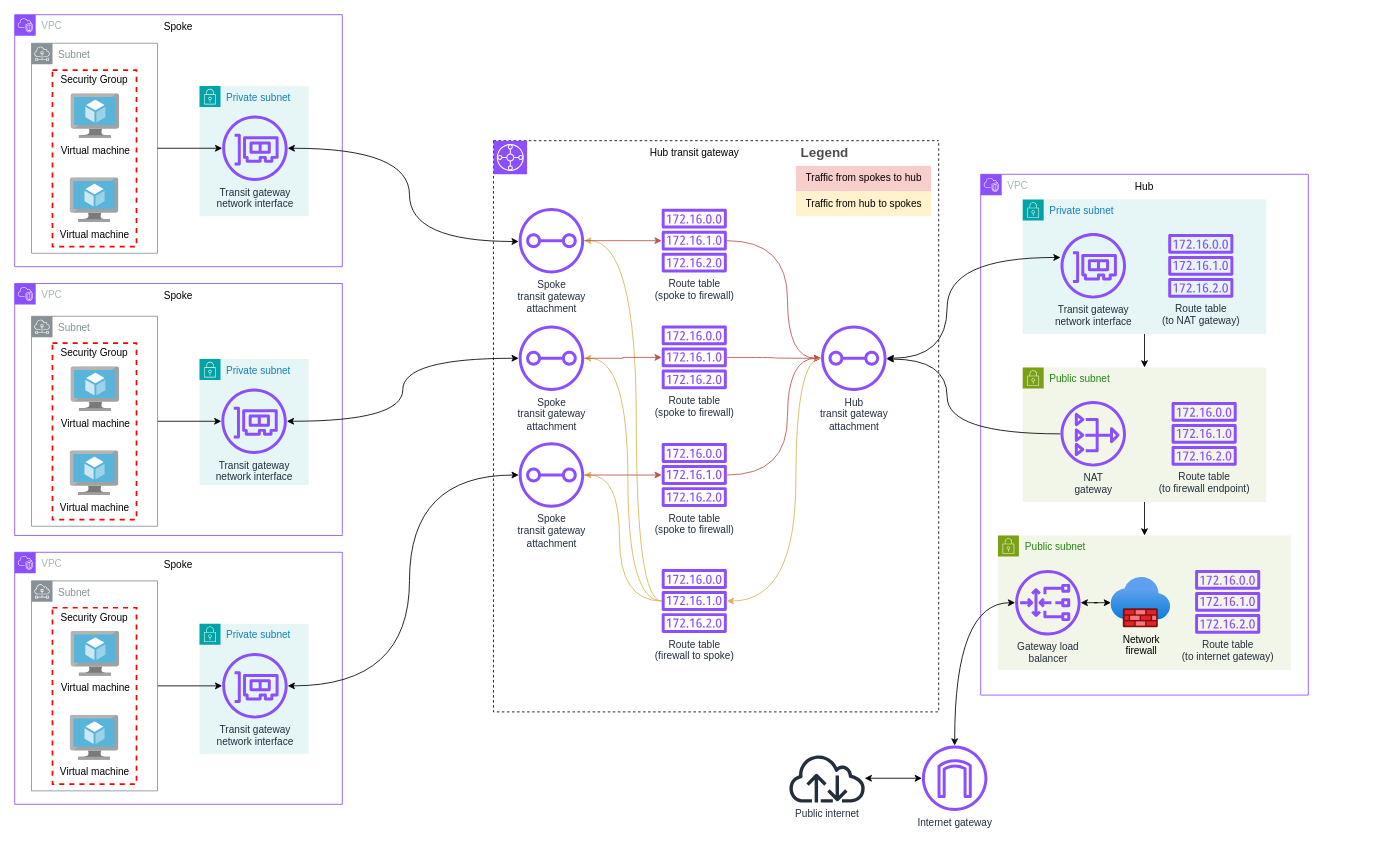
This is assets/images/portfolio/hubandspoke/raw/hub-and-spoke-overview.drawio from gmarti-web/gmarti-web.github.io, a draw.io file, before an edit. Source tidied: cells renumbered, new cells numbered last; positions are measured from the earlier drawing's top-left corner, leaving out a move shared by most shapes. Both pictures are drawn from the tidied source at 84%, with x=0, y=0 at pixel (14, 14).
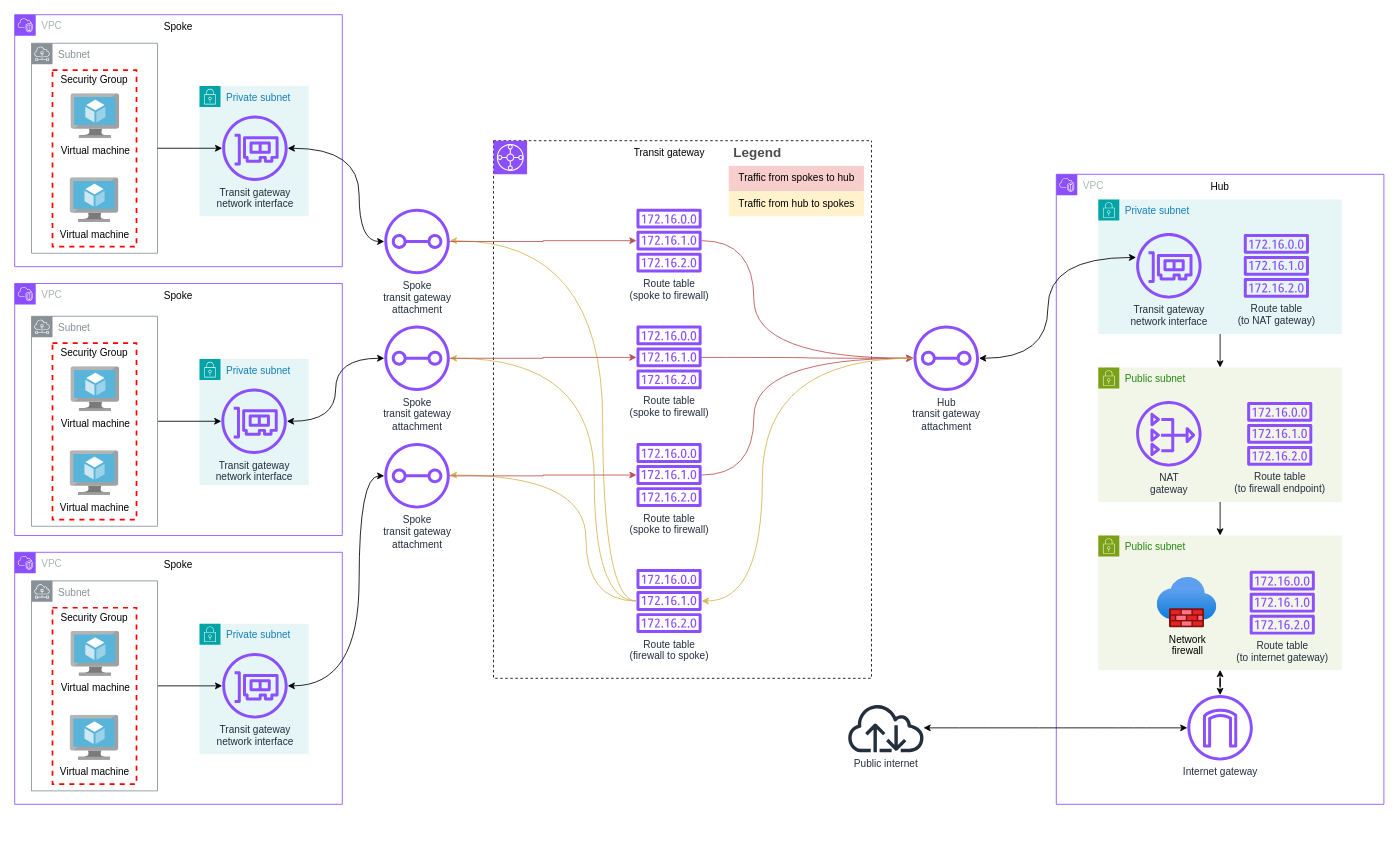
After the change.

The change refers to these unchanged cells:
```xml
<mxCell id="9" value="&lt;div&gt;Transit gateway&lt;/div&gt;&lt;div&gt;network interface&lt;/div&gt;" style="sketch=0;outlineConnect=0;fontColor=#232F3E;gradientColor=none;fillColor=#8C4FFF;strokeColor=none;dashed=0;verticalLabelPosition=bottom;verticalAlign=top;align=center;html=1;fontSize=12;fontStyle=0;shape=mxgraph.aws4.elastic_network_interface;" parent="8" vertex="1">
  <mxGeometry x="27" y="35" width="78" height="78" as="geometry" />
</mxCell>
<mxCell id="23" value="&lt;div&gt;Transit gateway&lt;/div&gt;&lt;div&gt;network interface&lt;/div&gt;" style="sketch=0;outlineConnect=0;fontColor=#232F3E;gradientColor=none;fillColor=#8C4FFF;strokeColor=none;dashed=0;verticalLabelPosition=bottom;verticalAlign=top;align=center;html=1;fontSize=12;fontStyle=0;shape=mxgraph.aws4.elastic_network_interface;" parent="22" vertex="1">
  <mxGeometry x="27" y="35" width="78" height="78" as="geometry" />
</mxCell>
<mxCell id="62" value="&lt;div&gt;Transit gateway&lt;/div&gt;&lt;div&gt;network interface&lt;/div&gt;" style="sketch=0;outlineConnect=0;fontColor=#232F3E;gradientColor=none;fillColor=#8C4FFF;strokeColor=none;dashed=0;verticalLabelPosition=bottom;verticalAlign=top;align=center;html=1;fontSize=12;fontStyle=0;shape=mxgraph.aws4.elastic_network_interface;" parent="60" vertex="1">
  <mxGeometry x="45" y="40" width="78" height="78" as="geometry" />
</mxCell>
<mxCell id="65" value="&lt;div&gt;NAT&lt;/div&gt;&lt;div&gt;gateway&lt;/div&gt;" style="sketch=0;outlineConnect=0;fontColor=#232F3E;gradientColor=none;fillColor=#8C4FFF;strokeColor=none;dashed=0;verticalLabelPosition=bottom;verticalAlign=top;align=center;html=1;fontSize=12;fontStyle=0;shape=mxgraph.aws4.nat_gateway;" parent="64" vertex="1">
  <mxGeometry x="45" y="40" width="78" height="78" as="geometry" />
</mxCell>
```

Change to the diagram source:
```diff
@@
     <mxCell id="29" style="edgeStyle=orthogonalEdgeStyle;rounded=0;jettySize=auto;html=1;curved=1;startArrow=classic;startFill=1;" parent="1" edge="1" source="9" target="45">
       <mxGeometry relative="1" as="geometry">
         <Array as="points">
-          <mxPoint x="470" y="159" />
-          <mxPoint x="470" y="270" />
+          <mxPoint x="410" y="159" />
+          <mxPoint x="410" y="270" />
         </Array>
       </mxGeometry>
     </mxCell>
@@
     <mxCell id="31" style="edgeStyle=orthogonalEdgeStyle;rounded=0;jettySize=auto;html=1;curved=1;startArrow=classic;startFill=1;" parent="1" edge="1" source="23" target="49">
       <mxGeometry relative="1" as="geometry">
         <Array as="points">
-          <mxPoint x="470" y="799" />
-          <mxPoint x="470" y="548" />
+          <mxPoint x="410" y="799" />
+          <mxPoint x="410" y="549" />
         </Array>
       </mxGeometry>
     </mxCell>
     <mxCell id="32" style="swimlane;startSize=0;dashed=1;" parent="1" vertex="1">
-      <mxGeometry x="570" y="150" width="530" height="680" as="geometry" />
+      <mxGeometry x="570" y="150" width="450" height="640" as="geometry" />
     </mxCell>
@@
-    <mxCell id="34" style="edgeStyle=orthogonalEdgeStyle;rounded=0;jettySize=auto;html=1;curved=1;fillColor=#fff2cc;strokeColor=#d6b656;" parent="32" edge="1" source="37" target="49">
-      <mxGeometry relative="1" as="geometry">
-        <Array as="points">
-          <mxPoint x="150" y="548" />
-          <mxPoint x="150" y="398" />
-        </Array>
-      </mxGeometry>
-    </mxCell>
-    <mxCell id="35" style="edgeStyle=orthogonalEdgeStyle;rounded=0;jettySize=auto;html=1;curved=1;fillColor=#fff2cc;strokeColor=#d6b656;" parent="32" edge="1" source="37" target="47">
-      <mxGeometry relative="1" as="geometry">
-        <Array as="points">
-          <mxPoint x="160" y="548" />
-          <mxPoint x="160" y="259" />
-        </Array>
-      </mxGeometry>
-    </mxCell>
-    <mxCell id="36" style="edgeStyle=orthogonalEdgeStyle;rounded=0;jettySize=auto;html=1;curved=1;fillColor=#fff2cc;strokeColor=#d6b656;" parent="32" edge="1" source="37" target="45">
-      <mxGeometry relative="1" as="geometry">
-        <Array as="points">
-          <mxPoint x="170" y="548" />
-          <mxPoint x="170" y="119" />
-        </Array>
-      </mxGeometry>
-    </mxCell>
     <mxCell id="37" value="&lt;div&gt;Route table&lt;/div&gt;&lt;div&gt;(firewall to spoke)&lt;/div&gt;" style="sketch=0;outlineConnect=0;fontColor=#232F3E;gradientColor=none;fillColor=#8C4FFF;strokeColor=none;dashed=0;verticalLabelPosition=bottom;verticalAlign=top;align=center;html=1;fontSize=12;fontStyle=0;shape=mxgraph.aws4.route_table;" parent="32" vertex="1">
-      <mxGeometry x="200" y="510" width="78" height="76" as="geometry" />
+      <mxGeometry x="170" y="510" width="78" height="76" as="geometry" />
     </mxCell>
-    <mxCell id="38" style="edgeStyle=orthogonalEdgeStyle;rounded=0;jettySize=auto;html=1;curved=1;strokeColor=#b85450;fillColor=#f8cecc;" parent="32" edge="1" source="39" target="51">
-      <mxGeometry relative="1" as="geometry">
-        <Array as="points">
-          <mxPoint x="350" y="119" />
-          <mxPoint x="350" y="259" />
-        </Array>
-      </mxGeometry>
-    </mxCell>
     <mxCell id="39" value="&lt;div&gt;Route table&lt;/div&gt;&lt;div&gt;(spoke to firewall)&lt;/div&gt;" style="sketch=0;outlineConnect=0;fontColor=#232F3E;gradientColor=none;fillColor=#8C4FFF;strokeColor=none;dashed=0;verticalLabelPosition=bottom;verticalAlign=top;align=center;html=1;fontSize=12;fontStyle=0;shape=mxgraph.aws4.route_table;" parent="32" vertex="1">
-      <mxGeometry x="200" y="81" width="78" height="76" as="geometry" />
+      <mxGeometry x="170" y="81" width="78" height="76" as="geometry" />
     </mxCell>
-    <mxCell id="40" style="edgeStyle=orthogonalEdgeStyle;rounded=0;jettySize=auto;html=1;curved=1;fillColor=#f8cecc;strokeColor=#b85450;" parent="32" edge="1" source="41" target="51">
-      <mxGeometry relative="1" as="geometry">
-        <Array as="points">
-          <mxPoint x="350" y="398" />
-          <mxPoint x="350" y="259" />
-        </Array>
-      </mxGeometry>
-    </mxCell>
     <mxCell id="41" value="&lt;div&gt;Route table&lt;/div&gt;&lt;div&gt;(spoke to firewall)&lt;/div&gt;" style="sketch=0;outlineConnect=0;fontColor=#232F3E;gradientColor=none;fillColor=#8C4FFF;strokeColor=none;dashed=0;verticalLabelPosition=bottom;verticalAlign=top;align=center;html=1;fontSize=12;fontStyle=0;shape=mxgraph.aws4.route_table;" parent="32" vertex="1">
-      <mxGeometry x="200" y="360" width="78" height="76" as="geometry" />
+      <mxGeometry x="170" y="360" width="78" height="76" as="geometry" />
     </mxCell>
-    <mxCell id="42" style="edgeStyle=orthogonalEdgeStyle;rounded=0;jettySize=auto;html=1;curved=1;fillColor=#f8cecc;strokeColor=#b85450;" parent="32" edge="1" source="43" target="51">
-      <mxGeometry relative="1" as="geometry" />
-    </mxCell>
     <mxCell id="43" value="&lt;div&gt;Route table&lt;/div&gt;&lt;div&gt;(spoke to firewall)&lt;/div&gt;" style="sketch=0;outlineConnect=0;fontColor=#232F3E;gradientColor=none;fillColor=#8C4FFF;strokeColor=none;dashed=0;verticalLabelPosition=bottom;verticalAlign=top;align=center;html=1;fontSize=12;fontStyle=0;shape=mxgraph.aws4.route_table;" parent="32" vertex="1">
-      <mxGeometry x="200" y="220" width="78" height="76" as="geometry" />
+      <mxGeometry x="170" y="220" width="78" height="76" as="geometry" />
     </mxCell>
-    <mxCell id="44" style="edgeStyle=orthogonalEdgeStyle;rounded=0;jettySize=auto;html=1;fontColor=#EA6B66;strokeColor=#b85450;fillColor=#f8cecc;" parent="32" edge="1" source="45" target="39">
-      <mxGeometry relative="1" as="geometry" />
-    </mxCell>
-    <mxCell id="45" value="&lt;div&gt;Spoke&lt;/div&gt;&lt;div&gt;transit gateway&lt;/div&gt;&lt;div&gt;attachment&lt;/div&gt;" style="sketch=0;outlineConnect=0;fontColor=#232F3E;gradientColor=none;fillColor=#8C4FFF;strokeColor=none;dashed=0;verticalLabelPosition=bottom;verticalAlign=top;align=center;html=1;fontSize=12;fontStyle=0;shape=mxgraph.aws4.transit_gateway_attachment;" parent="32" vertex="1">
-      <mxGeometry x="30" y="80" width="78" height="78" as="geometry" />
-    </mxCell>
-    <mxCell id="46" style="edgeStyle=orthogonalEdgeStyle;rounded=0;jettySize=auto;html=1;strokeColor=#b85450;fillColor=#f8cecc;" parent="32" edge="1" source="47" target="43">
-      <mxGeometry relative="1" as="geometry" />
-    </mxCell>
-    <mxCell id="47" value="&lt;div&gt;Spoke&lt;/div&gt;&lt;div&gt;transit gateway&lt;/div&gt;&lt;div&gt;attachment&lt;/div&gt;" style="sketch=0;outlineConnect=0;fontColor=#232F3E;gradientColor=none;fillColor=#8C4FFF;strokeColor=none;dashed=0;verticalLabelPosition=bottom;verticalAlign=top;align=center;html=1;fontSize=12;fontStyle=0;shape=mxgraph.aws4.transit_gateway_attachment;" parent="32" vertex="1">
-      <mxGeometry x="30" y="220" width="78" height="78" as="geometry" />
-    </mxCell>
-    <mxCell id="48" style="edgeStyle=orthogonalEdgeStyle;rounded=0;jettySize=auto;html=1;fillColor=#f8cecc;strokeColor=#b85450;" parent="32" edge="1" source="49" target="41">
-      <mxGeometry relative="1" as="geometry" />
-    </mxCell>
-    <mxCell id="49" value="&lt;div&gt;Spoke&lt;/div&gt;&lt;div&gt;transit gateway&lt;/div&gt;&lt;div&gt;attachment&lt;/div&gt;" style="sketch=0;outlineConnect=0;fontColor=#232F3E;gradientColor=none;fillColor=#8C4FFF;strokeColor=none;dashed=0;verticalLabelPosition=bottom;verticalAlign=top;align=center;html=1;fontSize=12;fontStyle=0;shape=mxgraph.aws4.transit_gateway_attachment;" parent="32" vertex="1">
-      <mxGeometry x="30" y="359" width="78" height="78" as="geometry" />
-    </mxCell>
-    <mxCell id="50" style="edgeStyle=orthogonalEdgeStyle;rounded=0;jettySize=auto;html=1;curved=1;fillColor=#fff2cc;strokeColor=#d6b656;" parent="32" edge="1" source="51" target="37">
-      <mxGeometry relative="1" as="geometry">
-        <Array as="points">
-          <mxPoint x="360" y="259" />
-          <mxPoint x="360" y="548" />
-        </Array>
-      </mxGeometry>
-    </mxCell>
-    <mxCell id="51" value="&lt;div&gt;Hub&lt;/div&gt;&lt;div&gt;transit gateway&lt;/div&gt;&lt;div&gt;attachment&lt;/div&gt;" style="sketch=0;outlineConnect=0;fontColor=#232F3E;gradientColor=none;fillColor=#8C4FFF;strokeColor=none;dashed=0;verticalLabelPosition=bottom;verticalAlign=top;align=center;html=1;fontSize=12;fontStyle=0;shape=mxgraph.aws4.transit_gateway_attachment;" parent="32" vertex="1">
-      <mxGeometry x="390" y="220" width="78" height="78" as="geometry" />
-    </mxCell>
-    <mxCell id="52" value="Hub transit gateway" style="text;html=1;align=center;verticalAlign=middle;strokeColor=none;fillColor=none;" parent="32" vertex="1">
-      <mxGeometry x="174" width="130" height="30" as="geometry" />
+    <mxCell id="52" value="Transit gateway" style="text;html=1;align=center;verticalAlign=middle;strokeColor=none;fillColor=none;" parent="32" vertex="1">
+      <mxGeometry x="154" width="110" height="30" as="geometry" />
     </mxCell>
     <mxCell id="53" value="Legend" style="shape=table;startSize=30;childLayout=tableLayout;fontSize=16;align=left;verticalAlign=top;fillColor=none;strokeColor=none;fontColor=#4D4D4D;fontStyle=1;spacingLeft=6;spacing=0;" parent="32" vertex="1">
-      <mxGeometry x="360" width="161" height="90" as="geometry" />
+      <mxGeometry x="280" width="161" height="90" as="geometry" />
     </mxCell>
@@
     <mxCell id="58" value="VPC" style="gradientColor=none;html=1;whiteSpace=wrap;fontSize=12;fontStyle=0;shape=mxgraph.aws4.group;grIcon=mxgraph.aws4.group_vpc2;strokeColor=#8C4FFF;fillColor=none;verticalAlign=top;align=left;spacingLeft=30;fontColor=#AAB7B8;dashed=0;" parent="1" vertex="1">
-      <mxGeometry x="1150" y="190" width="390" height="620" as="geometry" />
+      <mxGeometry x="1240" y="190" width="390" height="750" as="geometry" />
     </mxCell>
@@
+    <mxCell id="79" style="edgeStyle=orthogonalEdgeStyle;rounded=0;jettySize=auto;html=1;startArrow=classic;startFill=1;" parent="58" edge="1" source="67" target="75">
+      <mxGeometry relative="1" as="geometry" />
+    </mxCell>
     <mxCell id="67" value="Public subnet" style="points=[[0,0],[0.25,0],[0.5,0],[0.75,0],[1,0],[1,0.25],[1,0.5],[1,0.75],[1,1],[0.75,1],[0.5,1],[0.25,1],[0,1],[0,0.75],[0,0.5],[0,0.25]];outlineConnect=0;gradientColor=none;html=1;whiteSpace=wrap;fontSize=12;fontStyle=0;shape=mxgraph.aws4.group;grIcon=mxgraph.aws4.group_security_group;grStroke=0;strokeColor=#7AA116;fillColor=#F2F6E8;verticalAlign=top;align=left;spacingLeft=30;fontColor=#248814;dashed=0;" parent="58" vertex="1">
-      <mxGeometry x="20.5" y="430" width="349" height="160" as="geometry" />
+      <mxGeometry x="50" y="430" width="290" height="160" as="geometry" />
     </mxCell>
-    <mxCell id="68" style="edgeStyle=orthogonalEdgeStyle;rounded=0;jettySize=auto;html=1;startArrow=classic;startFill=1;" parent="67" edge="1" source="69" target="70">
-      <mxGeometry relative="1" as="geometry" />
-    </mxCell>
     <mxCell id="69" value="&lt;div&gt;Network&lt;/div&gt;&lt;div&gt;firewall&lt;/div&gt;" style="image;html=1;points=[];align=center;fontSize=12;image=img/lib/azure2/networking/Firewalls.svg;labelBackgroundColor=light-dark(#f2f6e8, #ededed);" parent="67" vertex="1">
-      <mxGeometry x="134.5" y="50" width="71" height="60" as="geometry" />
+      <mxGeometry x="70" y="50" width="71" height="60" as="geometry" />
     </mxCell>
-    <mxCell id="70" value="&lt;div&gt;Gateway load&lt;/div&gt;&lt;div&gt;balancer&lt;/div&gt;" style="sketch=0;outlineConnect=0;fontColor=#232F3E;gradientColor=none;fillColor=#8C4FFF;strokeColor=none;dashed=0;verticalLabelPosition=bottom;verticalAlign=top;align=center;html=1;fontSize=12;fontStyle=0;shape=mxgraph.aws4.gateway_load_balancer;" parent="67" vertex="1">
-      <mxGeometry x="20.5" y="41" width="78" height="78" as="geometry" />
-    </mxCell>
     <mxCell id="71" value="&lt;div&gt;Route table&lt;/div&gt;&lt;div&gt;(to internet gateway)&lt;/div&gt;" style="sketch=0;fontColor=#232F3E;gradientColor=none;fillColor=#8C4FFF;strokeColor=none;dashed=0;verticalLabelPosition=bottom;verticalAlign=top;align=center;html=1;fontSize=12;fontStyle=0;shape=mxgraph.aws4.route_table;" parent="67" vertex="1">
-      <mxGeometry x="234.5" y="41" width="78" height="76" as="geometry" />
+      <mxGeometry x="180" y="42" width="78" height="76" as="geometry" />
     </mxCell>
@@
+    <mxCell id="75" value="Internet gateway" style="sketch=0;outlineConnect=0;fontColor=#232F3E;gradientColor=none;fillColor=#8C4FFF;strokeColor=none;dashed=0;verticalLabelPosition=bottom;verticalAlign=top;align=center;html=1;fontSize=12;fontStyle=0;shape=mxgraph.aws4.internet_gateway;" parent="58" vertex="1">
+      <mxGeometry x="156" y="620" width="78" height="78" as="geometry" />
+    </mxCell>
     <mxCell id="73" style="edgeStyle=orthogonalEdgeStyle;rounded=0;jettySize=auto;html=1;curved=1;startArrow=classic;startFill=1;" parent="1" edge="1" source="51" target="62">
       <mxGeometry relative="1" as="geometry">
         <Array as="points">
-          <mxPoint x="1110" y="409" />
-          <mxPoint x="1110" y="289" />
+          <mxPoint x="1230" y="409" />
+          <mxPoint x="1230" y="289" />
         </Array>
       </mxGeometry>
     </mxCell>
-    <mxCell id="74" style="edgeStyle=orthogonalEdgeStyle;rounded=0;jettySize=auto;html=1;startArrow=classic;startFill=1;" parent="1" edge="1" source="75" target="76">
+    <mxCell id="74" style="edgeStyle=orthogonalEdgeStyle;rounded=0;jettySize=auto;html=1;startArrow=classic;startFill=1;curved=1;" parent="1" edge="1" source="75" target="76">
       <mxGeometry relative="1" as="geometry" />
     </mxCell>
-    <mxCell id="75" value="Internet gateway" style="sketch=0;outlineConnect=0;fontColor=#232F3E;gradientColor=none;fillColor=#8C4FFF;strokeColor=none;dashed=0;verticalLabelPosition=bottom;verticalAlign=top;align=center;html=1;fontSize=12;fontStyle=0;shape=mxgraph.aws4.internet_gateway;" parent="1" vertex="1">
-      <mxGeometry x="1080" y="870" width="78" height="78" as="geometry" />
-    </mxCell>
     <mxCell id="76" value="Public internet" style="sketch=0;outlineConnect=0;fontColor=#232F3E;gradientColor=none;fillColor=#232F3D;strokeColor=none;dashed=0;verticalLabelPosition=bottom;verticalAlign=top;align=center;html=1;fontSize=12;fontStyle=0;shape=mxgraph.aws4.internet;" parent="1" vertex="1">
-      <mxGeometry x="920" y="880" width="94.2" height="58" as="geometry" />
+      <mxGeometry x="990" y="820" width="94.2" height="58" as="geometry" />
     </mxCell>
-    <mxCell id="77" style="edgeStyle=orthogonalEdgeStyle;rounded=0;jettySize=auto;html=1;startArrow=classic;startFill=1;curved=1;" parent="1" edge="1" source="70" target="75">
-      <mxGeometry relative="1" as="geometry" />
-    </mxCell>
-    <mxCell id="78" style="edgeStyle=orthogonalEdgeStyle;rounded=0;jettySize=auto;html=1;curved=1;" parent="1" edge="1" source="65" target="51">
-      <mxGeometry relative="1" as="geometry">
-        <Array as="points">
-          <mxPoint x="1110" y="499" />
-          <mxPoint x="1110" y="410" />
-        </Array>
-      </mxGeometry>
-    </mxCell>
+    <mxCell id="51" value="&lt;div&gt;Hub&lt;/div&gt;&lt;div&gt;transit gateway&lt;/div&gt;&lt;div&gt;attachment&lt;/div&gt;" style="sketch=0;outlineConnect=0;fontColor=#232F3E;gradientColor=none;fillColor=#8C4FFF;strokeColor=none;dashed=0;verticalLabelPosition=bottom;verticalAlign=top;align=center;html=1;fontSize=12;fontStyle=0;shape=mxgraph.aws4.transit_gateway_attachment;" parent="1" vertex="1">
+      <mxGeometry x="1070" y="370" width="78" height="78" as="geometry" />
+    </mxCell>
+    <mxCell id="38" style="edgeStyle=orthogonalEdgeStyle;rounded=0;jettySize=auto;html=1;curved=1;strokeColor=#b85450;fillColor=#f8cecc;" parent="1" edge="1" source="39" target="51">
+      <mxGeometry relative="1" as="geometry">
+        <Array as="points">
+          <mxPoint x="880" y="269" />
+          <mxPoint x="880" y="409" />
+        </Array>
+      </mxGeometry>
+    </mxCell>
+    <mxCell id="40" style="edgeStyle=orthogonalEdgeStyle;rounded=0;jettySize=auto;html=1;curved=1;fillColor=#f8cecc;strokeColor=#b85450;" parent="1" edge="1" source="41" target="51">
+      <mxGeometry relative="1" as="geometry">
+        <Array as="points">
+          <mxPoint x="880" y="548" />
+          <mxPoint x="880" y="409" />
+        </Array>
+      </mxGeometry>
+    </mxCell>
+    <mxCell id="42" style="edgeStyle=orthogonalEdgeStyle;rounded=0;jettySize=auto;html=1;curved=1;fillColor=#f8cecc;strokeColor=#b85450;" parent="1" edge="1" source="43" target="51">
+      <mxGeometry relative="1" as="geometry" />
+    </mxCell>
+    <mxCell id="50" style="edgeStyle=orthogonalEdgeStyle;rounded=0;jettySize=auto;html=1;curved=1;fillColor=#fff2cc;strokeColor=#d6b656;" parent="1" edge="1" source="51" target="37">
+      <mxGeometry relative="1" as="geometry">
+        <Array as="points">
+          <mxPoint x="890" y="409" />
+          <mxPoint x="890" y="698" />
+        </Array>
+      </mxGeometry>
+    </mxCell>
+    <mxCell id="45" value="&lt;div&gt;Spoke&lt;/div&gt;&lt;div&gt;transit gateway&lt;/div&gt;&lt;div&gt;attachment&lt;/div&gt;" style="sketch=0;outlineConnect=0;fontColor=#232F3E;gradientColor=none;fillColor=#8C4FFF;strokeColor=none;dashed=0;verticalLabelPosition=bottom;verticalAlign=top;align=center;html=1;fontSize=12;fontStyle=0;shape=mxgraph.aws4.transit_gateway_attachment;" parent="1" vertex="1">
+      <mxGeometry x="440" y="231" width="78" height="78" as="geometry" />
+    </mxCell>
+    <mxCell id="36" style="edgeStyle=orthogonalEdgeStyle;rounded=0;jettySize=auto;html=1;curved=1;fillColor=#fff2cc;strokeColor=#d6b656;" parent="1" edge="1" source="37" target="45">
+      <mxGeometry relative="1" as="geometry">
+        <Array as="points">
+          <mxPoint x="700" y="698" />
+          <mxPoint x="700" y="269" />
+        </Array>
+      </mxGeometry>
+    </mxCell>
+    <mxCell id="44" style="edgeStyle=orthogonalEdgeStyle;rounded=0;jettySize=auto;html=1;fontColor=#EA6B66;strokeColor=#b85450;fillColor=#f8cecc;" parent="1" edge="1" source="45" target="39">
+      <mxGeometry relative="1" as="geometry" />
+    </mxCell>
+    <mxCell id="47" value="&lt;div&gt;Spoke&lt;/div&gt;&lt;div&gt;transit gateway&lt;/div&gt;&lt;div&gt;attachment&lt;/div&gt;" style="sketch=0;outlineConnect=0;fontColor=#232F3E;gradientColor=none;fillColor=#8C4FFF;strokeColor=none;dashed=0;verticalLabelPosition=bottom;verticalAlign=top;align=center;html=1;fontSize=12;fontStyle=0;shape=mxgraph.aws4.transit_gateway_attachment;" parent="1" vertex="1">
+      <mxGeometry x="440" y="370" width="78" height="78" as="geometry" />
+    </mxCell>
+    <mxCell id="35" style="edgeStyle=orthogonalEdgeStyle;rounded=0;jettySize=auto;html=1;curved=1;fillColor=#fff2cc;strokeColor=#d6b656;" parent="1" edge="1" source="37" target="47">
+      <mxGeometry relative="1" as="geometry">
+        <Array as="points">
+          <mxPoint x="690" y="698" />
+          <mxPoint x="690" y="409" />
+        </Array>
+      </mxGeometry>
+    </mxCell>
+    <mxCell id="46" style="edgeStyle=orthogonalEdgeStyle;rounded=0;jettySize=auto;html=1;strokeColor=#b85450;fillColor=#f8cecc;" parent="1" edge="1" source="47" target="43">
+      <mxGeometry relative="1" as="geometry" />
+    </mxCell>
+    <mxCell id="49" value="&lt;div&gt;Spoke&lt;/div&gt;&lt;div&gt;transit gateway&lt;/div&gt;&lt;div&gt;attachment&lt;/div&gt;" style="sketch=0;outlineConnect=0;fontColor=#232F3E;gradientColor=none;fillColor=#8C4FFF;strokeColor=none;dashed=0;verticalLabelPosition=bottom;verticalAlign=top;align=center;html=1;fontSize=12;fontStyle=0;shape=mxgraph.aws4.transit_gateway_attachment;" parent="1" vertex="1">
+      <mxGeometry x="440" y="510" width="78" height="78" as="geometry" />
+    </mxCell>
+    <mxCell id="34" style="edgeStyle=orthogonalEdgeStyle;rounded=0;jettySize=auto;html=1;curved=1;fillColor=#fff2cc;strokeColor=#d6b656;" parent="1" edge="1" source="37" target="49">
+      <mxGeometry relative="1" as="geometry">
+        <Array as="points">
+          <mxPoint x="680" y="698" />
+          <mxPoint x="680" y="548" />
+        </Array>
+      </mxGeometry>
+    </mxCell>
+    <mxCell id="48" style="edgeStyle=orthogonalEdgeStyle;rounded=0;jettySize=auto;html=1;fillColor=#f8cecc;strokeColor=#b85450;" parent="1" edge="1" source="49" target="41">
+      <mxGeometry relative="1" as="geometry" />
+    </mxCell>
```
